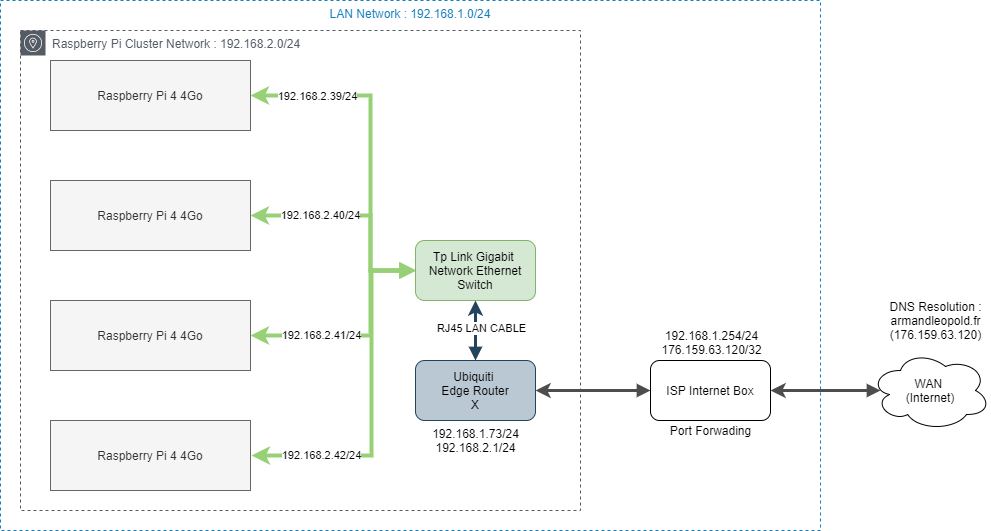
The draw.io diagram raspberry-network.png in armandleopold/raspberry-cluster, before a commit. Source tidied: cells renumbered, new cells last; positions are measured from the earlier drawing's top-left corner, leaving out a move shared by most shapes.
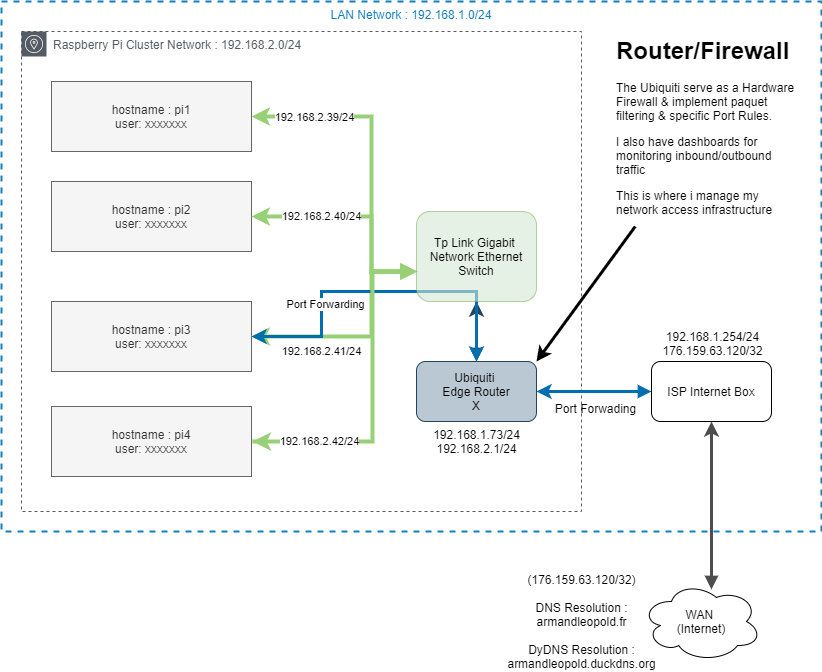
After the commit.

What changed in the source:
```diff
@@ -2,23 +2,51 @@
   <root>
     <mxCell id="0" />
     <mxCell id="1" parent="0" />
+    <mxCell id="18" style="edgeStyle=orthogonalEdgeStyle;rounded=0;jettySize=auto;html=1;entryX=0.5;entryY=1;entryDx=0;entryDy=0;startArrow=block;startFill=1;strokeColor=#23445d;strokeWidth=3;fillColor=#bac8d3;" parent="1" edge="1" source="19" target="17">
+      <mxGeometry relative="1" as="geometry" />
+    </mxCell>
+    <mxCell id="10" style="edgeStyle=orthogonalEdgeStyle;rounded=0;jettySize=auto;html=1;startArrow=block;startFill=1;strokeColor=#97D077;strokeWidth=4;" parent="1" edge="1" source="17" target="6">
+      <mxGeometry relative="1" as="geometry">
+        <Array as="points">
+          <mxPoint x="370" y="270" />
+          <mxPoint x="370" y="335" />
+        </Array>
+      </mxGeometry>
+    </mxCell>
+    <mxCell id="11" value="192.168.2.41/24" style="edgeLabel;html=1;align=center;verticalAlign=middle;" parent="10" vertex="1">
+      <mxGeometry x="0.36" relative="1" as="geometry">
+        <mxPoint x="-4.2" y="15" as="offset" />
+      </mxGeometry>
+    </mxCell>
+    <mxCell id="29" style="edgeStyle=orthogonalEdgeStyle;rounded=0;jettySize=auto;html=1;entryX=1;entryY=0.5;entryDx=0;entryDy=0;startArrow=classic;startFill=1;fillColor=#1ba1e2;strokeColor=#006EAF;strokeWidth=3;" parent="1" edge="1" source="19" target="6">
+      <mxGeometry relative="1" as="geometry">
+        <Array as="points">
+          <mxPoint x="475" y="290" />
+          <mxPoint x="320" y="290" />
+          <mxPoint x="320" y="335" />
+        </Array>
+      </mxGeometry>
+    </mxCell>
+    <mxCell id="30" value="Port Forwarding" style="edgeLabel;html=1;align=center;verticalAlign=middle;" parent="29" vertex="1">
+      <mxGeometry x="0.4" y="4" relative="1" as="geometry" />
+    </mxCell>
-    <mxCell id="2" value="LAN Network : 192.168.1.0/24" style="fillColor=none;strokeColor=#147EBA;dashed=1;verticalAlign=top;fontStyle=0;fontColor=#147EBA;" parent="1" vertex="1">
+    <mxCell id="2" value="LAN Network : 192.168.1.0/24" style="fillColor=none;strokeColor=#147EBA;dashed=1;verticalAlign=top;fontStyle=0;fontColor=#147EBA;strokeWidth=2;" parent="1" vertex="1">
       <mxGeometry width="820" height="530" as="geometry" />
     </mxCell>
     <mxCell id="3" value="Raspberry Pi Cluster Network : 192.168.2.0/24" style="gradientColor=none;html=1;whiteSpace=wrap;fontSize=12;fontStyle=0;shape=mxgraph.aws4.group;grIcon=mxgraph.aws4.group_availability_zone;strokeColor=#545B64;fillColor=none;verticalAlign=top;align=left;spacingLeft=30;fontColor=#545B64;dashed=1;" parent="1" vertex="1">
       <mxGeometry x="20" y="30" width="560" height="480" as="geometry" />
     </mxCell>
-    <mxCell id="4" value="Raspberry Pi 4 4Go" style="rounded=0;whiteSpace=wrap;html=1;fillColor=#f5f5f5;strokeColor=#666666;fontColor=#333333;" parent="1" vertex="1">
-      <mxGeometry x="50" y="60" width="200" height="70" as="geometry" />
+    <mxCell id="4" value="hostname : pi1&lt;br&gt;user: xxxxxxx" style="rounded=0;whiteSpace=wrap;html=1;fillColor=#f5f5f5;strokeColor=#666666;fontColor=#333333;" parent="1" vertex="1">
+      <mxGeometry x="50" y="80" width="200" height="70" as="geometry" />
     </mxCell>
-    <mxCell id="5" value="Raspberry Pi 4 4Go" style="rounded=0;whiteSpace=wrap;html=1;fillColor=#f5f5f5;strokeColor=#666666;fontColor=#333333;" parent="1" vertex="1">
+    <mxCell id="5" value="hostname : pi2&lt;br&gt;user: xxxxxxx" style="rounded=0;whiteSpace=wrap;html=1;fillColor=#f5f5f5;strokeColor=#666666;fontColor=#333333;" parent="1" vertex="1">
       <mxGeometry x="50" y="180" width="200" height="70" as="geometry" />
     </mxCell>
-    <mxCell id="6" value="Raspberry Pi 4 4Go" style="rounded=0;whiteSpace=wrap;html=1;fillColor=#f5f5f5;strokeColor=#666666;fontColor=#333333;" parent="1" vertex="1">
+    <mxCell id="6" value="hostname : pi3&lt;br&gt;user: xxxxxxx" style="rounded=0;whiteSpace=wrap;html=1;fillColor=#f5f5f5;strokeColor=#666666;fontColor=#333333;" parent="1" vertex="1">
       <mxGeometry x="50" y="300" width="200" height="70" as="geometry" />
     </mxCell>
-    <mxCell id="7" value="Raspberry Pi 4 4Go" style="rounded=0;whiteSpace=wrap;html=1;fillColor=#f5f5f5;strokeColor=#666666;fontColor=#333333;" parent="1" vertex="1">
-      <mxGeometry x="50" y="420" width="200" height="70" as="geometry" />
+    <mxCell id="7" value="hostname : pi4&lt;br&gt;user: xxxxxxx" style="rounded=0;whiteSpace=wrap;html=1;fillColor=#f5f5f5;strokeColor=#666666;fontColor=#333333;" parent="1" vertex="1">
+      <mxGeometry x="50" y="405" width="200" height="70" as="geometry" />
     </mxCell>
     <mxCell id="8" style="edgeStyle=orthogonalEdgeStyle;rounded=0;jettySize=auto;html=1;startArrow=block;startFill=1;strokeColor=#97D077;strokeWidth=4;" parent="1" edge="1" source="17" target="5">
       <mxGeometry relative="1" as="geometry">
@@ -33,26 +61,14 @@
         <mxPoint x="-11.7" y="2" as="offset" />
       </mxGeometry>
     </mxCell>
-    <mxCell id="10" style="edgeStyle=orthogonalEdgeStyle;rounded=0;jettySize=auto;html=1;startArrow=block;startFill=1;strokeColor=#97D077;strokeWidth=4;" parent="1" edge="1" source="17" target="6">
-      <mxGeometry relative="1" as="geometry">
-        <Array as="points">
-          <mxPoint x="370" y="270" />
-          <mxPoint x="370" y="335" />
-        </Array>
-      </mxGeometry>
-    </mxCell>
-    <mxCell id="11" value="192.168.2.41/24" style="edgeLabel;html=1;align=center;verticalAlign=middle;" parent="10" vertex="1">
-      <mxGeometry x="0.36" relative="1" as="geometry">
-        <mxPoint x="-4" as="offset" />
-      </mxGeometry>
-    </mxCell>
-    <mxCell id="12" style="edgeStyle=orthogonalEdgeStyle;rounded=0;orthogonalLoop=1;jettySize=auto;html=1;entryX=1;entryY=0.5;entryDx=0;entryDy=0;startArrow=block;startFill=1;strokeColor=#97D077;strokeWidth=4;" parent="1" edge="1">
+    <mxCell id="12" style="edgeStyle=orthogonalEdgeStyle;rounded=0;orthogonalLoop=1;jettySize=auto;html=1;startArrow=block;startFill=1;strokeColor=#97D077;strokeWidth=4;" parent="1" edge="1">
       <mxGeometry relative="1" as="geometry">
         <mxPoint x="416" y="270" as="sourcePoint" />
-        <mxPoint x="251" y="455" as="targetPoint" />
+        <mxPoint x="251" y="440" as="targetPoint" />
         <Array as="points">
           <mxPoint x="371" y="270" />
-          <mxPoint x="371" y="455" />
+          <mxPoint x="371" y="440" />
+          <mxPoint x="251" y="440" />
         </Array>
       </mxGeometry>
     </mxCell>
@@ -65,7 +81,7 @@
       <mxGeometry relative="1" as="geometry">
         <Array as="points">
           <mxPoint x="370" y="270" />
-          <mxPoint x="370" y="95" />
+          <mxPoint x="370" y="115" />
         </Array>
       </mxGeometry>
     </mxCell>
@@ -75,39 +91,33 @@
     <mxCell id="16" value="192.168.2.39/24" style="edgeLabel;html=1;align=center;verticalAlign=middle;" parent="14" vertex="1">
       <mxGeometry x="0.61" y="1" relative="1" as="geometry" />
     </mxCell>
-    <mxCell id="17" value="Tp Link Gigabit&amp;nbsp;&lt;br&gt;Network Ethernet&lt;br&gt;Switch" style="rounded=1;whiteSpace=wrap;html=1;fillColor=#d5e8d4;strokeColor=#82b366;" parent="1" vertex="1">
-      <mxGeometry x="415" y="240" width="120" height="60" as="geometry" />
+    <mxCell id="17" value="Tp Link Gigabit&amp;nbsp;&lt;br&gt;Network Ethernet&lt;br&gt;Switch" style="rounded=1;whiteSpace=wrap;html=1;fillColor=#d5e8d4;strokeColor=#82b366;opacity=60;" parent="1" vertex="1">
+      <mxGeometry x="415" y="210" width="120" height="90" as="geometry" />
     </mxCell>
-    <mxCell id="18" style="edgeStyle=orthogonalEdgeStyle;rounded=0;jettySize=auto;html=1;entryX=0.5;entryY=1;entryDx=0;entryDy=0;startArrow=block;startFill=1;strokeColor=#23445d;strokeWidth=3;fillColor=#bac8d3;" parent="1" edge="1" source="19" target="17">
-      <mxGeometry relative="1" as="geometry" />
-    </mxCell>
     <mxCell id="19" value="Ubiquiti &lt;br&gt;Edge Router&lt;br&gt;X" style="rounded=1;whiteSpace=wrap;html=1;fillColor=#bac8d3;strokeColor=#23445d;" parent="1" vertex="1">
       <mxGeometry x="415" y="360" width="120" height="60" as="geometry" />
     </mxCell>
     <mxCell id="20" value="WAN &lt;br&gt;(Internet)" style="ellipse;shape=cloud;whiteSpace=wrap;html=1;" parent="1" vertex="1">
-      <mxGeometry x="870" y="350" width="120" height="80" as="geometry" />
+      <mxGeometry x="640" y="580" width="120" height="80" as="geometry" />
     </mxCell>
-    <mxCell id="21" style="edgeStyle=orthogonalEdgeStyle;rounded=0;jettySize=auto;html=1;startArrow=block;startFill=1;strokeColor=#4D4D4D;strokeWidth=3;" parent="1" edge="1" source="22" target="19">
+    <mxCell id="21" style="edgeStyle=orthogonalEdgeStyle;rounded=0;jettySize=auto;html=1;startArrow=block;startFill=1;strokeColor=#006EAF;strokeWidth=3;fillColor=#1ba1e2;" parent="1" edge="1" source="22" target="19">
       <mxGeometry relative="1" as="geometry" />
     </mxCell>
     <mxCell id="22" value="ISP Internet Box" style="rounded=1;whiteSpace=wrap;html=1;" parent="1" vertex="1">
       <mxGeometry x="650" y="360" width="120" height="60" as="geometry" />
     </mxCell>
-    <mxCell id="23" value="RJ45 LAN CABLE" style="edgeLabel;html=1;align=center;verticalAlign=middle;" parent="1" vertex="1">
-      <mxGeometry x="470" y="320" as="geometry">
-        <mxPoint x="10.8" y="8" as="offset" />
-      </mxGeometry>
-    </mxCell>
-    <mxCell id="24" value="DNS Resolution :&lt;br&gt;armandleopold.fr&lt;br&gt;(176.159.63.120)" style="text;html=1;align=center;verticalAlign=middle;" parent="1" vertex="1">
-      <mxGeometry x="880" y="295" width="110" height="50" as="geometry" />
+    <mxCell id="24" value="(176.159.63.120/32)&lt;br&gt;&lt;br&gt;DNS Resolution :&lt;br&gt;armandleopold.fr&lt;br&gt;&lt;br&gt;DyDNS Resolution :&lt;br&gt;armandleopold.duckdns.org" style="text;html=1;align=center;verticalAlign=middle;" parent="1" vertex="1">
+      <mxGeometry x="500" y="570" width="160" height="100" as="geometry" />
     </mxCell>
-    <mxCell id="25" style="edgeStyle=orthogonalEdgeStyle;rounded=0;jettySize=auto;html=1;startArrow=block;startFill=1;strokeColor=#4D4D4D;strokeWidth=3;entryX=1;entryY=0.5;entryDx=0;entryDy=0;" parent="1" edge="1" target="22">
+    <mxCell id="25" style="edgeStyle=orthogonalEdgeStyle;rounded=0;jettySize=auto;html=1;startArrow=block;startFill=1;strokeColor=#4D4D4D;strokeWidth=3;entryX=0.5;entryY=1;entryDx=0;entryDy=0;exitX=0.583;exitY=0.1;exitDx=0;exitDy=0;exitPerimeter=0;" parent="1" edge="1" source="20" target="22">
       <mxGeometry relative="1" as="geometry">
-        <mxPoint x="880" y="390" as="sourcePoint" />
+        <Array as="points">
+          <mxPoint x="710" y="558" />
+        </Array>
       </mxGeometry>
     </mxCell>
     <mxCell id="26" value="Port Forwading" style="text;html=1;align=center;verticalAlign=middle;" parent="1" vertex="1">
-      <mxGeometry x="660" y="420" width="100" height="20" as="geometry" />
+      <mxGeometry x="544" y="397" width="100" height="20" as="geometry" />
     </mxCell>
     <mxCell id="27" value="192.168.1.254/24&lt;br&gt;176.159.63.120/32" style="text;html=1;align=center;verticalAlign=middle;" parent="1" vertex="1">
       <mxGeometry x="651" y="327" width="120" height="30" as="geometry" />
@@ -115,5 +125,11 @@
     <mxCell id="28" value="192.168.1.73/24&lt;br&gt;192.168.2.1/24" style="text;html=1;align=center;verticalAlign=middle;" parent="1" vertex="1">
       <mxGeometry x="425" y="425" width="100" height="30" as="geometry" />
     </mxCell>
+    <mxCell id="31" style="endArrow=classic;html=1;strokeWidth=3;entryX=1;entryY=0;entryDx=0;entryDy=0;" parent="1" edge="1" source="32" target="19">
+      <mxGeometry relative="1" as="geometry" />
+    </mxCell>
+    <mxCell id="32" value="&lt;h1&gt;Router/Firewall&lt;/h1&gt;&lt;p&gt;The Ubiquiti serve as a Hardware Firewall &amp;amp; implement paquet filtering &amp;amp; specific Port Rules.&lt;/p&gt;&lt;p&gt;I also have dashboards for monitoring inbound/outbound traffic&lt;/p&gt;&lt;p&gt;This is where i manage my network access infrastructure&lt;/p&gt;" style="text;html=1;strokeColor=none;fillColor=none;spacing=5;spacingTop=-20;whiteSpace=wrap;overflow=hidden;rounded=0;opacity=60;" parent="1" vertex="1">
+      <mxGeometry x="610" y="30" width="190" height="195" as="geometry" />
+    </mxCell>
   </root>
 </mxGraphModel>
```
